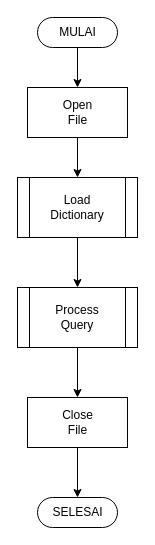
Earlier version of the draw.io diagram Search.drawio (eliteraihan/boolean-retrieval-engine). Source tidied: cells renumbered, new cells numbered last; positions are measured from the earlier drawing's top-left corner, leaving out a move shared by most shapes. Both pictures are drawn from the tidied source at 100%, with x=0, y=0 at pixel (17, 17).
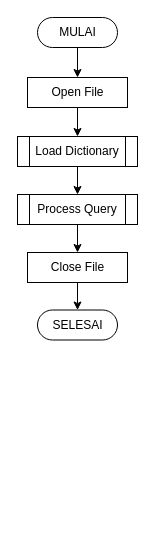
After the change.

Change to the diagram source:
```diff
@@
 <mxGraphModel>
   <root>
     <mxCell id="0" />
     <mxCell id="1" parent="0" />
     <mxCell id="2" style="edgeStyle=orthogonalEdgeStyle;rounded=0;jettySize=auto;html=1;" parent="1" edge="1" source="3" target="8">
       <mxGeometry relative="1" as="geometry" />
     </mxCell>
     <mxCell id="3" value="MULAI" style="html=1;dashed=0;whitespace=wrap;shape=mxgraph.dfd.start;" parent="1" vertex="1">
       <mxGeometry x="20" width="80" height="30" as="geometry" />
     </mxCell>
     <mxCell id="4" value="SELESAI" style="html=1;dashed=0;whitespace=wrap;shape=mxgraph.dfd.start;" parent="1" vertex="1">
-      <mxGeometry x="20" y="480" width="80" height="30" as="geometry" />
+      <mxGeometry x="20" y="292.5" width="80" height="30" as="geometry" />
     </mxCell>
     <mxCell id="5" style="edgeStyle=orthogonalEdgeStyle;rounded=0;jettySize=auto;html=1;" parent="1" edge="1" source="6" target="10">
       <mxGeometry relative="1" as="geometry" />
     </mxCell>
-    <mxCell id="6" value="Load&lt;br&gt;Dictionary" style="shape=process;whiteSpace=wrap;html=1;backgroundOutline=1;" parent="1" vertex="1">
-      <mxGeometry y="160" width="120" height="60" as="geometry" />
+    <mxCell id="6" value="Load Dictionary" style="shape=process;whiteSpace=wrap;html=1;backgroundOutline=1;" parent="1" vertex="1">
+      <mxGeometry y="119" width="120" height="30" as="geometry" />
     </mxCell>
     <mxCell id="7" style="edgeStyle=orthogonalEdgeStyle;rounded=0;jettySize=auto;html=1;entryX=0.5;entryY=0;entryDx=0;entryDy=0;" parent="1" edge="1" source="8" target="6">
       <mxGeometry relative="1" as="geometry" />
     </mxCell>
-    <mxCell id="8" value="Open&lt;br&gt;File" style="html=1;dashed=0;whitespace=wrap;" parent="1" vertex="1">
-      <mxGeometry x="10" y="70" width="100" height="50" as="geometry" />
+    <mxCell id="8" value="Open File" style="html=1;dashed=0;whitespace=wrap;" parent="1" vertex="1">
+      <mxGeometry x="10" y="60" width="100" height="30" as="geometry" />
     </mxCell>
     <mxCell id="9" style="edgeStyle=orthogonalEdgeStyle;rounded=0;jettySize=auto;html=1;" parent="1" edge="1" source="10" target="12">
       <mxGeometry relative="1" as="geometry" />
     </mxCell>
-    <mxCell id="10" value="Process&lt;br&gt;Query" style="shape=process;whiteSpace=wrap;html=1;backgroundOutline=1;" parent="1" vertex="1">
-      <mxGeometry y="270" width="120" height="60" as="geometry" />
+    <mxCell id="10" value="Process Query" style="shape=process;whiteSpace=wrap;html=1;backgroundOutline=1;" parent="1" vertex="1">
+      <mxGeometry y="177" width="120" height="30" as="geometry" />
     </mxCell>
     <mxCell id="11" style="edgeStyle=orthogonalEdgeStyle;rounded=0;jettySize=auto;html=1;" parent="1" edge="1" source="12" target="4">
       <mxGeometry relative="1" as="geometry" />
     </mxCell>
-    <mxCell id="12" value="Close&lt;br&gt;File" style="html=1;dashed=0;whitespace=wrap;" parent="1" vertex="1">
-      <mxGeometry x="10" y="380" width="100" height="50" as="geometry" />
+    <mxCell id="12" value="Close File" style="html=1;dashed=0;whitespace=wrap;" parent="1" vertex="1">
+      <mxGeometry x="10" y="235" width="100" height="30" as="geometry" />
     </mxCell>
   </root>
 </mxGraphModel>
```
